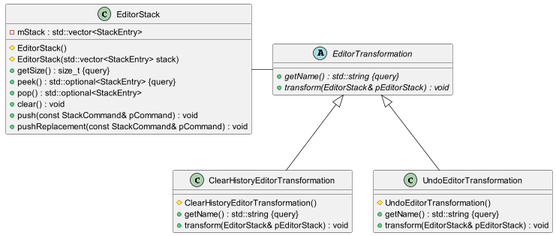
Above: Thesis/images/class_editor_transformation.png in Isti01/PolygonSDF (PlantUML), before the change. Its source is kept beside it as Thesis/diagrams/class_editor_transformation.puml.
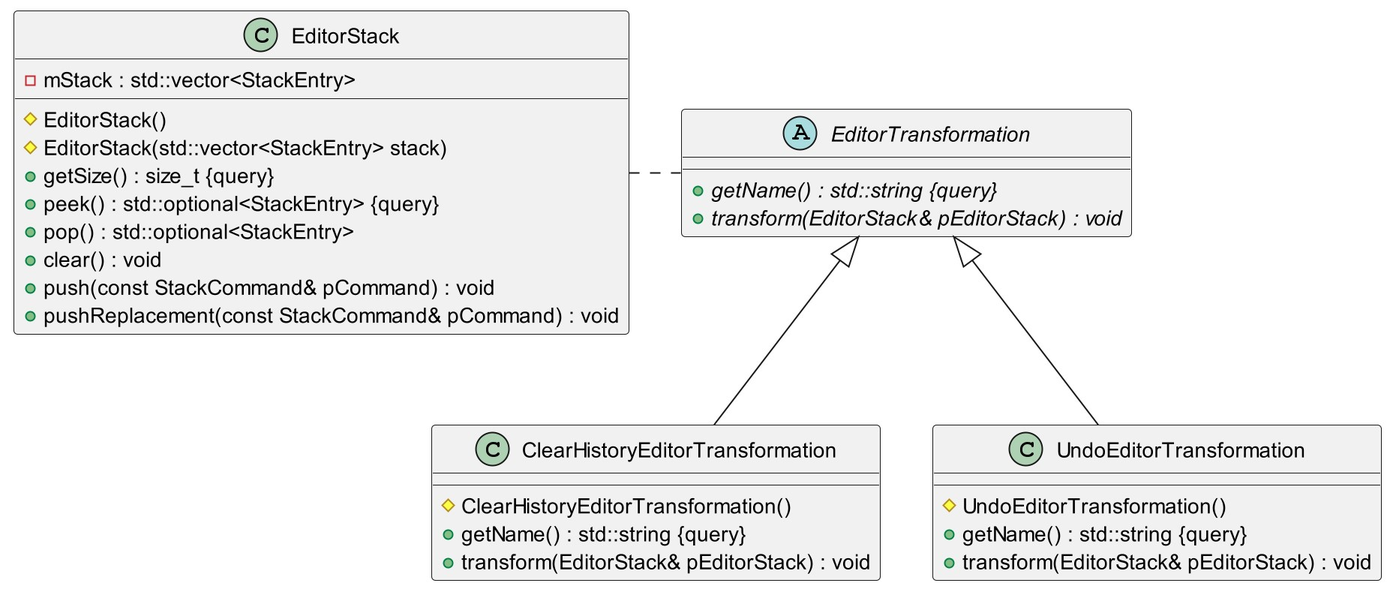
The same file after the commit.

Change to the diagram source:
```diff
@@ -35,7 +35,7 @@
 
 EditorTransformation <|-- ClearHistoryEditorTransformation
 EditorTransformation <|-- UndoEditorTransformation
-EditorStack - EditorTransformation
+EditorStack . EditorTransformation
 
 
 @enduml
```
